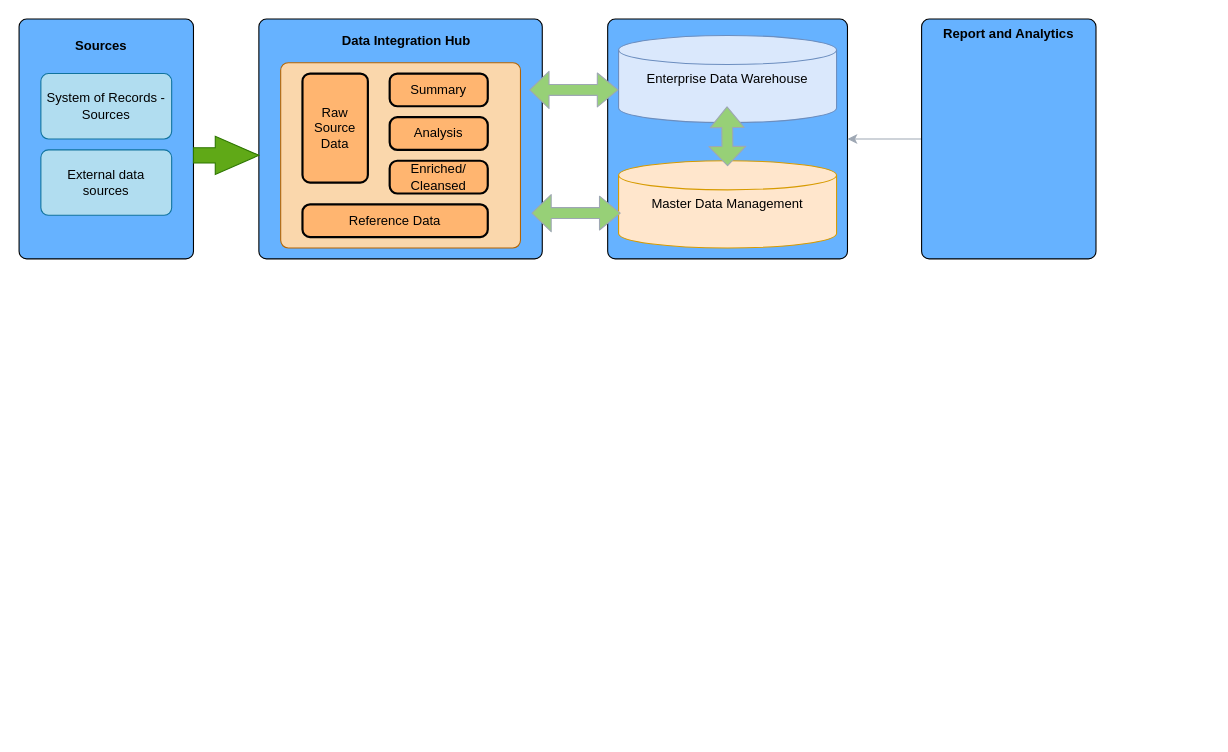
Above: page "Page-5" (4 of 5) of Single Customer View.drawio in uyennt01/Project1 (draw.io), before the change. Source tidied: cells renumbered, new cells numbered last; positions are measured from the earlier drawing's top-left corner, leaving out a move shared by most shapes. Both pictures are drawn from the tidied source at 109%, with x=0, y=0 at pixel (19, 19).
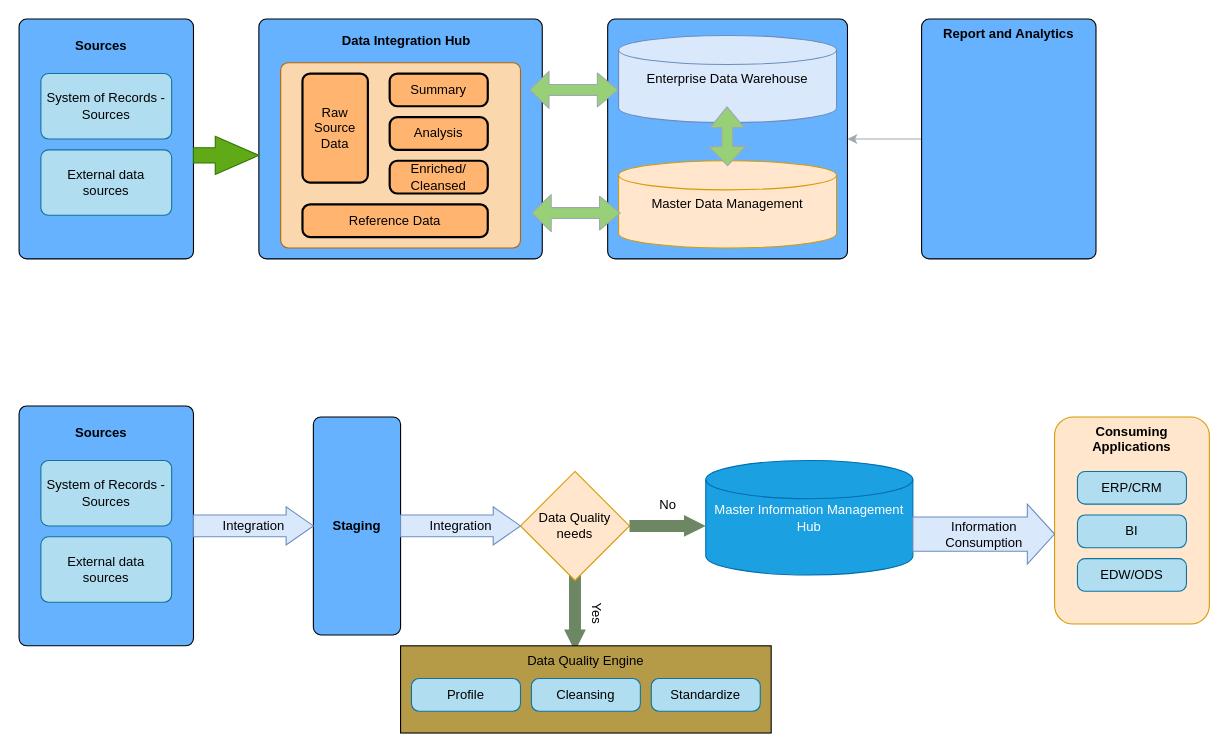
After the change.

The edit, as a diff of the source:
```diff
@@
+    <mxCell id="24" value="Yes" style="verticalLabelPosition=top;verticalAlign=middle;html=1;strokeWidth=2;shape=mxgraph.arrows2.arrow;dy=0.45;dx=20;notch=0;shadow=0;fillColor=#6d8764;strokeColor=none;fontColor=#000000;labelPosition=center;align=center;rotation=90;horizontal=1;" parent="1" vertex="1">
+      <mxGeometry x="475" y="535" width="70" height="20" as="geometry" />
+    </mxCell>
@@
+    <mxCell id="25" style="rounded=1;whiteSpace=wrap;html=1;absoluteArcSize=1;arcSize=14;strokeWidth=1;fillColor=#66B2FF;" parent="1" vertex="1">
+      <mxGeometry y="355" width="160" height="220" as="geometry" />
+    </mxCell>
+    <mxCell id="26" value="Sources" style="text;html=1;align=center;verticalAlign=middle;fillColor=none;strokeColor=none;rounded=0;fontStyle=1;" parent="1" vertex="1">
+      <mxGeometry x="45" y="370" width="60" height="20" as="geometry" />
+    </mxCell>
+    <mxCell id="27" value="System of Records - Sources" style="rounded=1;whiteSpace=wrap;html=1;absoluteArcSize=1;arcSize=14;strokeWidth=1;fillColor=#b1ddf0;strokeColor=#10739e;" parent="1" vertex="1">
+      <mxGeometry x="20" y="405" width="120" height="60" as="geometry" />
+    </mxCell>
+    <mxCell id="28" value="&lt;div&gt;External data &lt;br&gt;&lt;/div&gt;&lt;div&gt;sources&lt;/div&gt;" style="rounded=1;whiteSpace=wrap;html=1;absoluteArcSize=1;arcSize=14;strokeWidth=1;fillColor=#b1ddf0;strokeColor=#10739e;" parent="1" vertex="1">
+      <mxGeometry x="20" y="475" width="120" height="60" as="geometry" />
+    </mxCell>
+    <mxCell id="29" value="Staging" style="rounded=1;whiteSpace=wrap;html=1;absoluteArcSize=1;arcSize=14;strokeWidth=1;fillColor=#66B2FF;fontStyle=1;labelPosition=center;verticalLabelPosition=middle;align=center;verticalAlign=middle;" parent="1" vertex="1">
+      <mxGeometry x="270" y="365" width="80" height="200" as="geometry" />
+    </mxCell>
+    <mxCell id="30" value="Data Quality needs" style="strokeWidth=1;html=1;shape=mxgraph.flowchart.decision;whiteSpace=wrap;fillColor=#ffe6cc;strokeColor=#d79b00;" parent="1" vertex="1">
+      <mxGeometry x="460" y="415" width="100" height="100" as="geometry" />
+    </mxCell>
+    <mxCell id="31" value="Integration" style="verticalLabelPosition=middle;verticalAlign=middle;html=1;strokeWidth=1;shape=mxgraph.arrows2.arrow;dy=0.43;dx=25;notch=0;labelPosition=center;align=center;fillColor=#dae8fc;strokeColor=#6c8ebf;" parent="1" vertex="1">
+      <mxGeometry x="350" y="447.5" width="110" height="35" as="geometry" />
+    </mxCell>
+    <mxCell id="32" value="Integration" style="verticalLabelPosition=middle;verticalAlign=middle;html=1;strokeWidth=1;shape=mxgraph.arrows2.arrow;dy=0.43;dx=25;notch=0;labelPosition=center;align=center;fillColor=#dae8fc;strokeColor=#6c8ebf;" parent="1" vertex="1">
+      <mxGeometry x="160" y="447.5" width="110" height="35" as="geometry" />
+    </mxCell>
+    <mxCell id="33" value="Master Information Management Hub" style="strokeWidth=1;html=1;shape=mxgraph.flowchart.database;whiteSpace=wrap;fillColor=#1ba1e2;strokeColor=#006EAF;fontColor=#ffffff;flipH=1;flipV=0;direction=east;shadow=0;" parent="1" vertex="1">
+      <mxGeometry x="630" y="405" width="190" height="105" as="geometry" />
+    </mxCell>
+    <mxCell id="34" value="No" style="verticalLabelPosition=top;verticalAlign=bottom;html=1;strokeWidth=2;shape=mxgraph.arrows2.arrow;dy=0.45;dx=20;notch=0;shadow=0;fillColor=#6d8764;strokeColor=none;fontColor=#000000;labelPosition=center;align=center;" parent="1" vertex="1">
+      <mxGeometry x="560" y="455" width="70" height="20" as="geometry" />
+    </mxCell>
+    <mxCell id="35" value="Data Quality Engine" style="rounded=0;whiteSpace=wrap;html=1;shadow=0;strokeWidth=1;fillColor=#B59B48;gradientColor=none;fontColor=#000000;labelPosition=center;verticalLabelPosition=middle;align=center;verticalAlign=top;horizontal=1;" parent="1" vertex="1">
+      <mxGeometry x="350" y="575" width="340" height="80" as="geometry" />
+    </mxCell>
+    <mxCell id="36" value="Profile" style="rounded=1;whiteSpace=wrap;html=1;absoluteArcSize=1;arcSize=14;strokeWidth=1;fillColor=#b1ddf0;strokeColor=#10739e;" parent="1" vertex="1">
+      <mxGeometry x="360" y="605" width="100" height="30" as="geometry" />
+    </mxCell>
+    <mxCell id="37" value="Cleansing" style="rounded=1;whiteSpace=wrap;html=1;absoluteArcSize=1;arcSize=14;strokeWidth=1;fillColor=#b1ddf0;strokeColor=#10739e;" parent="1" vertex="1">
+      <mxGeometry x="470" y="605" width="100" height="30" as="geometry" />
+    </mxCell>
+    <mxCell id="38" value="Standardize" style="rounded=1;whiteSpace=wrap;html=1;absoluteArcSize=1;arcSize=14;strokeWidth=1;fillColor=#b1ddf0;strokeColor=#10739e;" parent="1" vertex="1">
+      <mxGeometry x="580" y="605" width="100" height="30" as="geometry" />
+    </mxCell>
+    <mxCell id="39" value="&lt;div&gt;Consuming&lt;/div&gt;&lt;div&gt;Applications&lt;/div&gt;" style="rounded=1;whiteSpace=wrap;html=1;absoluteArcSize=1;arcSize=34;strokeWidth=1;fillColor=#ffe6cc;fontStyle=1;labelPosition=center;verticalLabelPosition=middle;align=center;verticalAlign=top;strokeColor=#d79b00;" parent="1" vertex="1">
+      <mxGeometry x="950" y="365" width="142" height="190" as="geometry" />
+    </mxCell>
+    <mxCell id="40" value="ERP/CRM" style="rounded=1;whiteSpace=wrap;html=1;absoluteArcSize=1;arcSize=14;strokeWidth=1;fillColor=#b1ddf0;strokeColor=#10739e;" parent="1" vertex="1">
+      <mxGeometry x="971" y="415" width="100" height="30" as="geometry" />
+    </mxCell>
+    <mxCell id="41" value="BI" style="rounded=1;whiteSpace=wrap;html=1;absoluteArcSize=1;arcSize=14;strokeWidth=1;fillColor=#b1ddf0;strokeColor=#10739e;" parent="1" vertex="1">
+      <mxGeometry x="971" y="455" width="100" height="30" as="geometry" />
+    </mxCell>
+    <mxCell id="42" value="EDW/ODS" style="rounded=1;whiteSpace=wrap;html=1;absoluteArcSize=1;arcSize=14;strokeWidth=1;fillColor=#b1ddf0;strokeColor=#10739e;" parent="1" vertex="1">
+      <mxGeometry x="971" y="495" width="100" height="30" as="geometry" />
+    </mxCell>
+    <mxCell id="43" value="&lt;div&gt;Information &lt;br&gt;&lt;/div&gt;&lt;div&gt;Consumption&lt;/div&gt;" style="verticalLabelPosition=middle;verticalAlign=middle;html=1;strokeWidth=1;shape=mxgraph.arrows2.arrow;dy=0.43;dx=25;notch=0;labelPosition=center;align=center;fillColor=#dae8fc;strokeColor=#6c8ebf;" parent="1" vertex="1">
+      <mxGeometry x="820" y="445" width="130" height="55" as="geometry" />
+    </mxCell>
```
